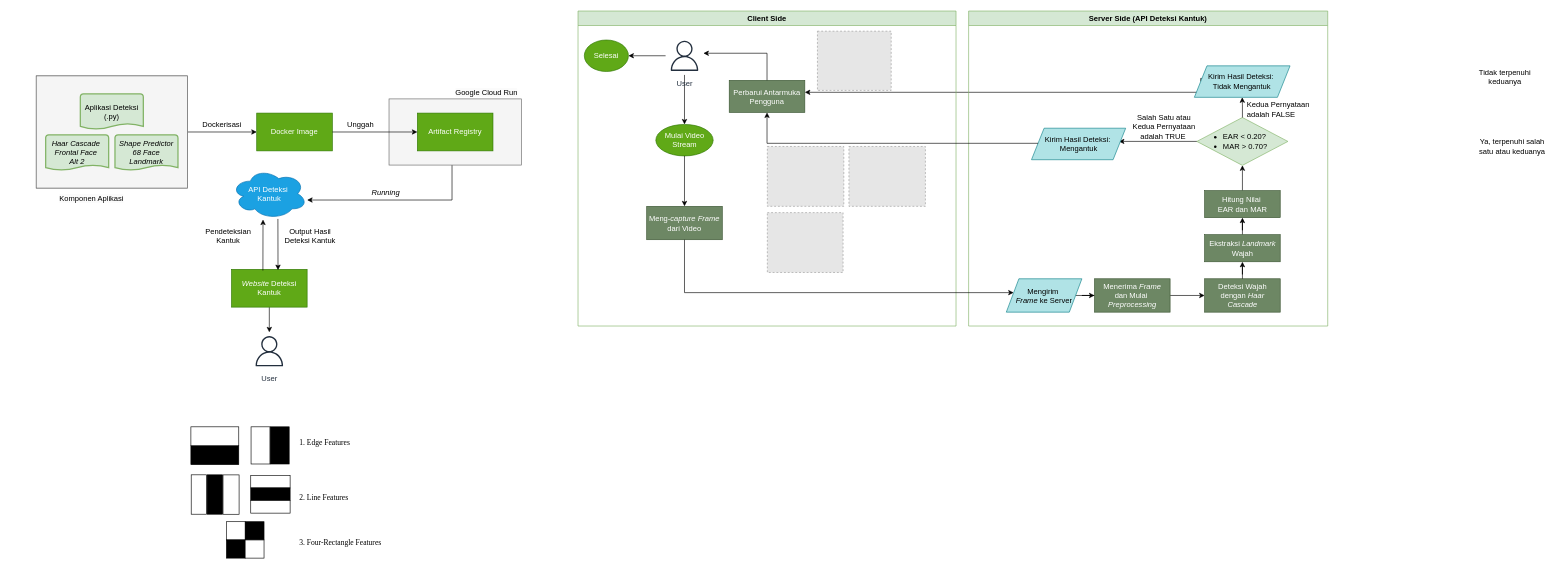
Earlier version of the draw.io diagram Implementasi.drawio (pakkaem/app.diagrams.net-repo). Source tidied: cells renumbered, new cells numbered last; positions are measured from the earlier drawing's top-left corner, leaving out a move shared by most shapes. Both pictures are drawn from the tidied source at 63%, with x=0, y=0 at pixel (36, 11). Pictures stored in the file or linked from it are replaced by grey dashed boxes.
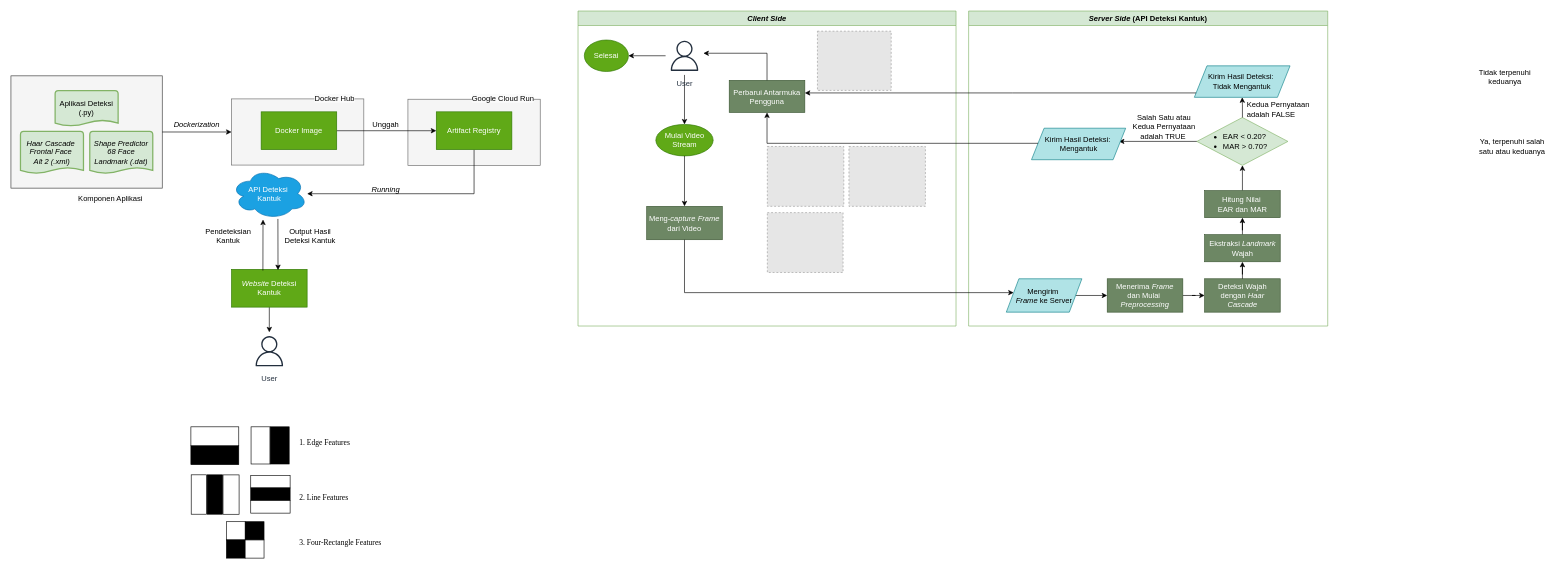
The same diagram, later.

Unchanged cells that the change refers to:
```xml
<mxCell id="13" style="rounded=0;whiteSpace=wrap;html=1;fillColor=#f5f5f5;strokeColor=#666666;fontColor=#333333;" parent="12" vertex="1">
  <mxGeometry width="240" height="178" as="geometry" />
</mxCell>
<mxCell id="25" value="API Deteksi&amp;nbsp;&lt;div&gt;Kantuk&lt;/div&gt;" style="ellipse;shape=cloud;whiteSpace=wrap;html=1;fillColor=#1ba1e2;fontColor=#ffffff;strokeColor=#006EAF;" parent="1" vertex="1">
  <mxGeometry x="310" y="250" width="120" height="80" as="geometry" />
</mxCell>
<mxCell id="34" value="Perbarui Antarmuka Pengguna" style="rounded=0;whiteSpace=wrap;html=1;fillColor=#6d8764;fontColor=#ffffff;strokeColor=#3A5431;" parent="27" vertex="1">
  <mxGeometry x="240" y="110" width="120" height="51" as="geometry" />
</mxCell>
<mxCell id="49" value="Kirim&amp;nbsp;&lt;span style=&quot;background-color: transparent; color: light-dark(rgb(0, 0, 0), rgb(255, 255, 255));&quot;&gt;Hasil Deteksi:&amp;nbsp;&lt;/span&gt;&lt;div&gt;&lt;div&gt;Tidak Mengantuk&lt;/div&gt;&lt;/div&gt;" style="shape=parallelogram;perimeter=parallelogramPerimeter;whiteSpace=wrap;html=1;fixedSize=1;fillColor=#b0e3e6;strokeColor=#0e8088;" parent="41" vertex="1">
  <mxGeometry x="358.3" y="87" width="151.9" height="50" as="geometry" />
</mxCell>
```

The edit, as a diff of the source:
```diff
@@
-    <mxCell id="2" style="edgeStyle=orthogonalEdgeStyle;rounded=0;jettySize=auto;html=1;" parent="1" edge="1" source="13" target="3">
-      <mxGeometry relative="1" as="geometry" />
-    </mxCell>
-    <mxCell id="3" value="Docker Image" style="whiteSpace=wrap;html=1;rounded=0;fillColor=#60a917;strokeColor=#2D7600;fontColor=#ffffff;" parent="1" vertex="1">
-      <mxGeometry x="350" y="162" width="120" height="60" as="geometry" />
-    </mxCell>
-    <mxCell id="4" value="Dockerisasi" style="text;html=1;align=center;verticalAlign=middle;whiteSpace=wrap;rounded=0;" parent="1" vertex="1">
-      <mxGeometry x="250" y="165" width="90" height="30" as="geometry" />
+    <mxCell id="4" value="&lt;i&gt;Dockerization&lt;/i&gt;" style="text;html=1;align=center;verticalAlign=middle;whiteSpace=wrap;rounded=0;" parent="1" vertex="1">
+      <mxGeometry x="210" y="165" width="90" height="30" as="geometry" />
     </mxCell>
-    <mxCell id="5" style="edgeStyle=orthogonalEdgeStyle;rounded=0;jettySize=auto;html=1;entryX=1;entryY=0.5;entryDx=0;entryDy=0;" parent="1" edge="1" source="6">
-      <mxGeometry relative="1" as="geometry">
-        <mxPoint x="430" y="300" as="targetPoint" />
-        <Array as="points">
-          <mxPoint x="660" y="300" />
-        </Array>
-      </mxGeometry>
-    </mxCell>
     <mxCell id="6" style="whiteSpace=wrap;html=1;rounded=0;fillColor=#f5f5f5;fontColor=#333333;strokeColor=#666666;" parent="1" vertex="1">
-      <mxGeometry x="560" y="139.5" width="210" height="105" as="geometry" />
+      <mxGeometry x="590" y="140" width="210" height="105" as="geometry" />
     </mxCell>
     <mxCell id="7" value="&lt;span style=&quot;color: rgb(0, 0, 0); font-family: Helvetica; font-size: 12px; font-style: normal; font-variant-ligatures: normal; font-variant-caps: normal; font-weight: 400; letter-spacing: normal; orphans: 2; text-indent: 0px; text-transform: none; widows: 2; word-spacing: 0px; -webkit-text-stroke-width: 0px; white-space: normal; background-color: rgb(251, 251, 251); text-decoration-thickness: initial; text-decoration-style: initial; text-decoration-color: initial; float: none; display: inline !important;&quot;&gt;Google Cloud Run&lt;/span&gt;" style="text;whiteSpace=wrap;html=1;align=center;" parent="1" vertex="1">
-      <mxGeometry x="660" y="115.5" width="110" height="30" as="geometry" />
+      <mxGeometry x="686" y="125" width="110" height="30" as="geometry" />
     </mxCell>
@@
     <mxCell id="12" style="group;fillColor=#f5f5f5;strokeColor=#666666;fontColor=#333333;" parent="1" vertex="1">
-      <mxGeometry y="103" width="240" height="178" as="geometry" />
+      <mxGeometry x="-40" y="103" width="240" height="178" as="geometry" />
     </mxCell>
@@
-    <mxCell id="14" value="&lt;i&gt;Haar Cascade&amp;nbsp;&lt;/i&gt;&lt;div&gt;&lt;i&gt;Frontal Face&amp;nbsp;&lt;/i&gt;&lt;/div&gt;&lt;div&gt;&lt;i&gt;Alt 2&lt;/i&gt;&lt;/div&gt;" style="strokeWidth=2;html=1;shape=mxgraph.flowchart.document2;whiteSpace=wrap;size=0.13999888102213542;fillColor=#d5e8d4;strokeColor=#82b366;" parent="12" vertex="1">
-      <mxGeometry x="15" y="93.5" width="100" height="56.1" as="geometry" />
+    <mxCell id="14" value="&lt;i&gt;Haar Cascade&amp;nbsp;&lt;/i&gt;&lt;div&gt;&lt;i&gt;Frontal Face&amp;nbsp;&lt;/i&gt;&lt;/div&gt;&lt;div&gt;&lt;i&gt;Alt 2 (.xml)&lt;/i&gt;&lt;/div&gt;" style="strokeWidth=2;html=1;shape=mxgraph.flowchart.document2;whiteSpace=wrap;size=0.13999888102213542;fillColor=#d5e8d4;strokeColor=#82b366;" parent="12" vertex="1">
+      <mxGeometry x="15" y="88.2" width="100" height="66.5" as="geometry" />
     </mxCell>
-    <mxCell id="15" value="&lt;div&gt;&lt;i&gt;Shape Predictor 68 Face Landmark&lt;/i&gt;&lt;/div&gt;" style="strokeWidth=2;html=1;shape=mxgraph.flowchart.document2;whiteSpace=wrap;size=0.13999888102213542;fillColor=#d5e8d4;strokeColor=#82b366;" parent="12" vertex="1">
-      <mxGeometry x="125" y="93.5" width="100" height="56.1" as="geometry" />
+    <mxCell id="15" value="&lt;div&gt;&lt;i&gt;Shape Predictor 68 Face Landmark (.dat)&lt;/i&gt;&lt;/div&gt;" style="strokeWidth=2;html=1;shape=mxgraph.flowchart.document2;whiteSpace=wrap;size=0.13999888102213542;fillColor=#d5e8d4;strokeColor=#82b366;" parent="12" vertex="1">
+      <mxGeometry x="125" y="88.2" width="100" height="66.5" as="geometry" />
     </mxCell>
     <mxCell id="16" value="Aplikasi Deteksi&lt;div&gt;(.py)&lt;/div&gt;" style="strokeWidth=2;html=1;shape=mxgraph.flowchart.document2;whiteSpace=wrap;size=0.1600001017252604;fillColor=#d5e8d4;strokeColor=#82b366;" parent="12" vertex="1">
-      <mxGeometry x="70" y="28.5" width="100" height="56.1" as="geometry" />
+      <mxGeometry x="70" y="23.2" width="100" height="56.1" as="geometry" />
     </mxCell>
@@
     <mxCell id="20" value="&lt;span style=&quot;color: rgb(0, 0, 0); font-family: Helvetica; font-size: 12px; font-style: normal; font-variant-ligatures: normal; font-variant-caps: normal; font-weight: 400; letter-spacing: normal; orphans: 2; text-align: center; text-indent: 0px; text-transform: none; widows: 2; word-spacing: 0px; -webkit-text-stroke-width: 0px; white-space: normal; background-color: rgb(251, 251, 251); text-decoration-thickness: initial; text-decoration-style: initial; text-decoration-color: initial; float: none; display: inline !important;&quot;&gt;Komponen Aplikasi&lt;/span&gt;" style="text;whiteSpace=wrap;html=1;" parent="1" vertex="1">
-      <mxGeometry x="35" y="284" width="110" height="20" as="geometry" />
+      <mxGeometry x="65" y="284" width="110" height="20" as="geometry" />
     </mxCell>
+    <mxCell id="78" style="edgeStyle=orthogonalEdgeStyle;rounded=0;jettySize=auto;html=1;exitX=0.5;exitY=1;exitDx=0;exitDy=0;" parent="1" edge="1" source="21" target="25">
+      <mxGeometry relative="1" as="geometry">
+        <Array as="points">
+          <mxPoint x="695" y="290" />
+        </Array>
+      </mxGeometry>
+    </mxCell>
     <mxCell id="21" value="Artifact Registry" style="whiteSpace=wrap;html=1;rounded=0;fillColor=#60a917;fontColor=#ffffff;strokeColor=#2D7600;" parent="1" vertex="1">
-      <mxGeometry x="605" y="162" width="120" height="60" as="geometry" />
+      <mxGeometry x="635" y="160" width="120" height="60" as="geometry" />
     </mxCell>
-    <mxCell id="22" style="edgeStyle=orthogonalEdgeStyle;rounded=0;jettySize=auto;html=1;" parent="1" edge="1" source="3" target="21">
-      <mxGeometry relative="1" as="geometry" />
-    </mxCell>
     <mxCell id="23" value="Unggah" style="text;html=1;align=center;verticalAlign=middle;whiteSpace=wrap;rounded=0;" parent="1" vertex="1">
-      <mxGeometry x="470" y="165" width="90" height="30" as="geometry" />
+      <mxGeometry x="510" y="166" width="90" height="30" as="geometry" />
     </mxCell>
     <mxCell id="24" value="&lt;i&gt;Running&lt;/i&gt;" style="text;html=1;align=center;verticalAlign=middle;whiteSpace=wrap;rounded=0;" parent="1" vertex="1">
-      <mxGeometry x="510" y="274" width="90" height="30" as="geometry" />
+      <mxGeometry x="510" y="269" width="90" height="30" as="geometry" />
     </mxCell>
@@
-    <mxCell id="26" style="edgeStyle=orthogonalEdgeStyle;rounded=0;jettySize=auto;html=1;entryX=1;entryY=0.373;entryDx=0;entryDy=0;exitX=0;exitY=0.5;exitDx=0;exitDy=0;entryPerimeter=0;" parent="1" edge="1" source="49" target="34">
-      <mxGeometry relative="1" as="geometry">
-        <Array as="points">
-          <mxPoint x="1854" y="107" />
-        </Array>
-      </mxGeometry>
-    </mxCell>
-    <mxCell id="27" value="Client Side" style="swimlane;whiteSpace=wrap;html=1;fillColor=#d5e8d4;strokeColor=#82b366;" parent="1" vertex="1">
+    <mxCell id="27" value="&lt;i&gt;Client Side&lt;/i&gt;" style="swimlane;whiteSpace=wrap;html=1;fillColor=#d5e8d4;strokeColor=#82b366;" parent="1" vertex="1">
       <mxGeometry x="860" width="600" height="500" as="geometry" />
     </mxCell>
@@
-    <mxCell id="41" value="Server Side (API Deteksi Kantuk)" style="swimlane;whiteSpace=wrap;html=1;fillColor=#d5e8d4;strokeColor=#82b366;" parent="1" vertex="1">
+    <mxCell id="41" value="&lt;i&gt;Server Side&lt;/i&gt; (API Deteksi Kantuk)" style="swimlane;whiteSpace=wrap;html=1;fillColor=#d5e8d4;strokeColor=#82b366;" parent="1" vertex="1">
       <mxGeometry x="1480" width="570" height="500" as="geometry" />
     </mxCell>
@@
     <mxCell id="44" value="&lt;font style=&quot;color: rgb(255, 255, 255);&quot;&gt;Menerima &lt;i&gt;Frame&lt;/i&gt;&lt;/font&gt;&lt;div&gt;&lt;span style=&quot;background-color: transparent;&quot;&gt;&lt;font style=&quot;color: rgb(255, 255, 255);&quot;&gt;dan Mulai&amp;nbsp;&lt;/font&gt;&lt;/span&gt;&lt;div&gt;&lt;div&gt;&lt;font style=&quot;color: rgb(255, 255, 255);&quot;&gt;&lt;i&gt;Preprocessing&lt;/i&gt;&lt;/font&gt;&lt;/div&gt;&lt;/div&gt;&lt;/div&gt;" style="whiteSpace=wrap;html=1;fillColor=#6d8764;fontColor=#ffffff;strokeColor=#3A5431;" parent="41" vertex="1">
-      <mxGeometry x="199.8" y="425" width="120" height="53" as="geometry" />
+      <mxGeometry x="220" y="425" width="120" height="53" as="geometry" />
     </mxCell>
@@
+    <mxCell id="26" style="edgeStyle=orthogonalEdgeStyle;rounded=0;jettySize=auto;html=1;" parent="1" edge="1" source="49" target="34">
+      <mxGeometry relative="1" as="geometry">
+        <Array as="points">
+          <mxPoint x="1550" y="130" />
+          <mxPoint x="1550" y="130" />
+        </Array>
+      </mxGeometry>
+    </mxCell>
+    <mxCell id="79" style="whiteSpace=wrap;html=1;rounded=0;fillColor=#f5f5f5;fontColor=#333333;strokeColor=#666666;" parent="1" vertex="1">
+      <mxGeometry x="310" y="139.5" width="210" height="105" as="geometry" />
+    </mxCell>
+    <mxCell id="80" value="&lt;span style=&quot;color: rgb(0, 0, 0); font-family: Helvetica; font-size: 12px; font-style: normal; font-variant-ligatures: normal; font-variant-caps: normal; font-weight: 400; letter-spacing: normal; orphans: 2; text-indent: 0px; text-transform: none; widows: 2; word-spacing: 0px; -webkit-text-stroke-width: 0px; white-space: normal; background-color: rgb(251, 251, 251); text-decoration-thickness: initial; text-decoration-style: initial; text-decoration-color: initial; float: none; display: inline !important;&quot;&gt;Docker Hub&lt;/span&gt;" style="text;whiteSpace=wrap;html=1;align=center;" parent="1" vertex="1">
+      <mxGeometry x="419" y="125" width="110" height="30" as="geometry" />
+    </mxCell>
+    <mxCell id="22" style="edgeStyle=orthogonalEdgeStyle;rounded=0;jettySize=auto;html=1;entryX=0;entryY=0.5;entryDx=0;entryDy=0;" parent="1" edge="1" source="3" target="21">
+      <mxGeometry relative="1" as="geometry" />
+    </mxCell>
+    <mxCell id="3" value="Docker Image" style="whiteSpace=wrap;html=1;rounded=0;fillColor=#60a917;fontColor=#ffffff;strokeColor=#2D7600;" parent="1" vertex="1">
+      <mxGeometry x="357" y="160" width="120" height="60" as="geometry" />
+    </mxCell>
+    <mxCell id="81" style="edgeStyle=orthogonalEdgeStyle;rounded=0;jettySize=auto;html=1;entryX=0;entryY=0.5;entryDx=0;entryDy=0;" parent="1" edge="1" source="13" target="79">
+      <mxGeometry relative="1" as="geometry" />
+    </mxCell>
```
